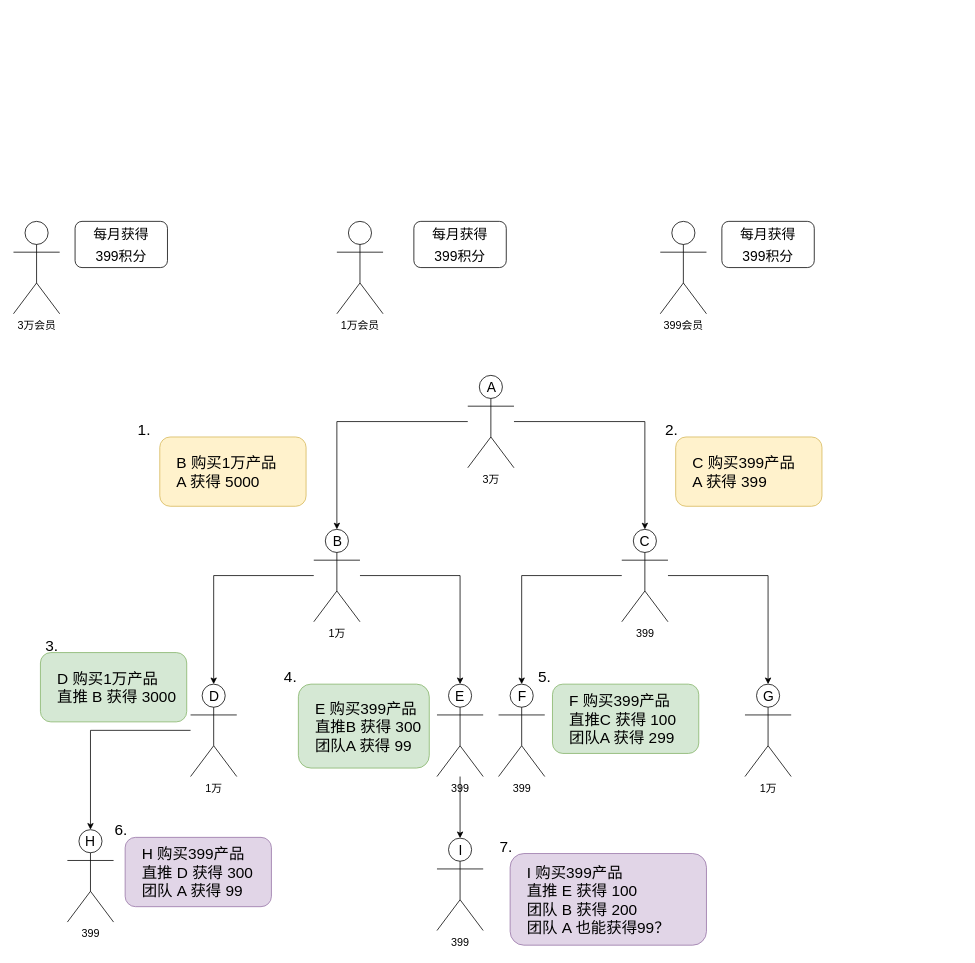
This is 大枣哥.drawio from Cathzql/drawio, a draw.io file, before an edit. Source tidied: cells renumbered, new cells numbered last; positions are measured from the earlier drawing's top-left corner, leaving out a move shared by most shapes. Both pictures are drawn from the tidied source at 77%, with x=0, y=0 at pixel (13, 221).
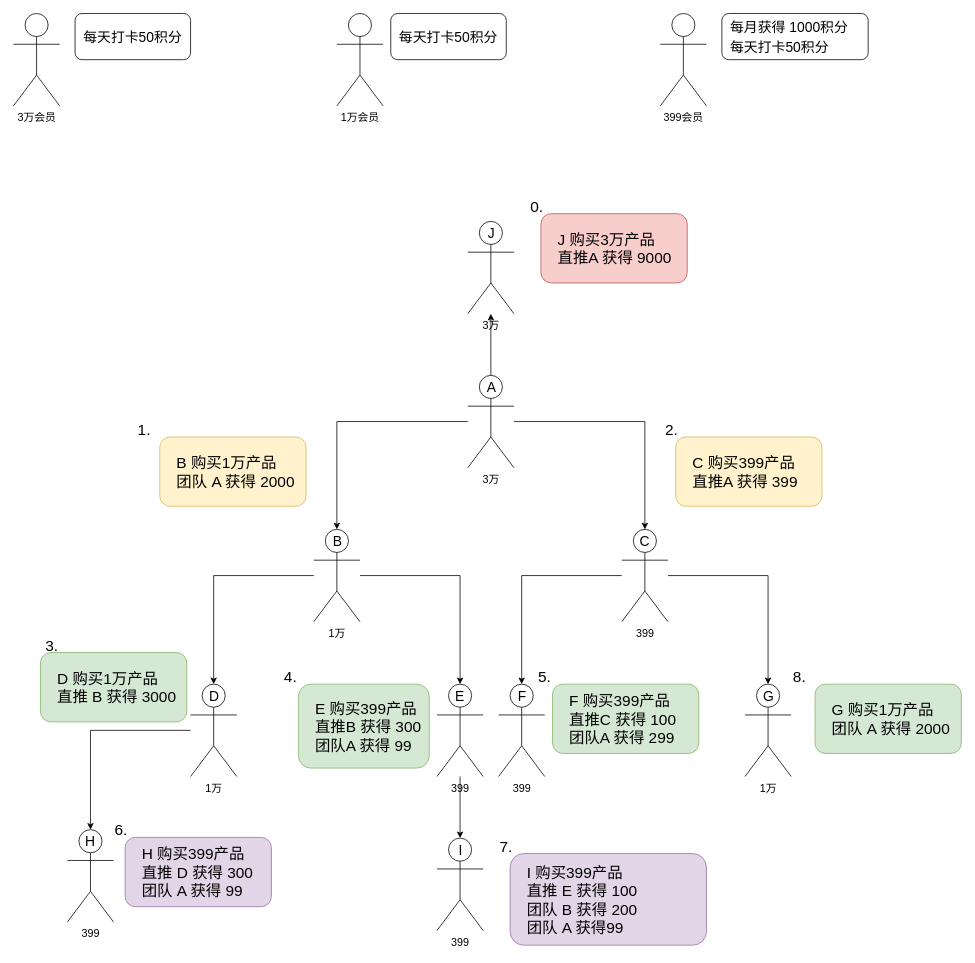
The same page after the edit.

Commit message:
更新大枣哥.drawio

Unchanged cells that the change refers to:
```xml
<mxCell id="10" value="&lt;font face=&quot;calibri, sans-serif&quot;&gt;&lt;span style=&quot;font-size: 14px&quot;&gt;3万&lt;/span&gt;&lt;/font&gt;" style="shape=umlActor;verticalLabelPosition=bottom;verticalAlign=top;html=1;outlineConnect=0;" parent="1" vertex="1">
  <mxGeometry x="590" y="200" width="60" height="120" as="geometry" />
</mxCell>
```

What changed in the source:
```diff
@@
     <mxCell id="2" value="&lt;span lang=&quot;EN-US&quot; style=&quot;font-size: 10.5pt ; font-family: &amp;#34;calibri&amp;#34; , &amp;#34;sans-serif&amp;#34;&quot;&gt;3&lt;/span&gt;&lt;span style=&quot;font-size: 10.5pt&quot;&gt;万会员&lt;/span&gt;" style="shape=umlActor;verticalLabelPosition=bottom;verticalAlign=top;html=1;" parent="1" vertex="1">
-      <mxGeometry width="60" height="120" as="geometry" />
+      <mxGeometry y="-270" width="60" height="120" as="geometry" />
     </mxCell>
     <mxCell id="3" value="&lt;span lang=&quot;EN-US&quot; style=&quot;font-size: 10.5pt ; font-family: &amp;#34;calibri&amp;#34; , &amp;#34;sans-serif&amp;#34;&quot;&gt;1&lt;/span&gt;&lt;span style=&quot;font-size: 10.5pt&quot;&gt;万会员&lt;/span&gt;" style="shape=umlActor;verticalLabelPosition=bottom;verticalAlign=top;html=1;" parent="1" vertex="1">
-      <mxGeometry x="420" width="60" height="120" as="geometry" />
+      <mxGeometry x="420" y="-270" width="60" height="120" as="geometry" />
     </mxCell>
     <mxCell id="4" value="&lt;span lang=&quot;EN-US&quot; style=&quot;font-size: 10.5pt ; font-family: &amp;#34;calibri&amp;#34; , &amp;#34;sans-serif&amp;#34;&quot;&gt;399&lt;/span&gt;&lt;span style=&quot;font-size: 10.5pt&quot;&gt;会员&lt;/span&gt;" style="shape=umlActor;verticalLabelPosition=bottom;verticalAlign=top;html=1;" parent="1" vertex="1">
-      <mxGeometry x="840" width="60" height="120" as="geometry" />
+      <mxGeometry x="840" y="-270" width="60" height="120" as="geometry" />
     </mxCell>
-    <mxCell id="5" value="&lt;p class=&quot;MsoNormal&quot; style=&quot;margin-left: 0cm ; text-indent: 0cm ; font-size: 18px ; line-height: 0%&quot;&gt;&lt;font style=&quot;font-size: 18px&quot;&gt;每月获得&lt;/font&gt;&lt;/p&gt;&lt;p class=&quot;MsoNormal&quot; style=&quot;margin-left: 0cm ; text-indent: 0cm ; font-size: 18px&quot;&gt;&lt;font style=&quot;font-size: 18px&quot;&gt;&lt;span lang=&quot;EN-US&quot;&gt;399&lt;/span&gt;积分&lt;/font&gt;&lt;span lang=&quot;EN-US&quot; style=&quot;font-size: 18px&quot;&gt;&lt;/span&gt;&lt;/p&gt;" style="rounded=1;whiteSpace=wrap;html=1;spacingTop=13;" parent="1" vertex="1">
-      <mxGeometry x="920" width="120" height="60" as="geometry" />
-    </mxCell>
-    <mxCell id="6" value="&lt;p class=&quot;MsoNormal&quot; style=&quot;margin-left: 0cm ; text-indent: 0cm ; font-size: 18px ; line-height: 0%&quot;&gt;&lt;font style=&quot;font-size: 18px&quot;&gt;每月获得&lt;/font&gt;&lt;/p&gt;&lt;p class=&quot;MsoNormal&quot; style=&quot;margin-left: 0cm ; text-indent: 0cm ; font-size: 18px&quot;&gt;&lt;font style=&quot;font-size: 18px&quot;&gt;&lt;span lang=&quot;EN-US&quot;&gt;399&lt;/span&gt;积分&lt;/font&gt;&lt;span lang=&quot;EN-US&quot; style=&quot;font-size: 18px&quot;&gt;&lt;/span&gt;&lt;/p&gt;" style="rounded=1;whiteSpace=wrap;html=1;spacingTop=13;" parent="1" vertex="1">
-      <mxGeometry x="520" width="120" height="60" as="geometry" />
-    </mxCell>
-    <mxCell id="7" value="&lt;p class=&quot;MsoNormal&quot; style=&quot;margin-left: 0cm ; text-indent: 0cm ; font-size: 18px ; line-height: 0%&quot;&gt;&lt;font style=&quot;font-size: 18px&quot;&gt;每月获得&lt;/font&gt;&lt;/p&gt;&lt;p class=&quot;MsoNormal&quot; style=&quot;margin-left: 0cm ; text-indent: 0cm ; font-size: 18px&quot;&gt;&lt;font style=&quot;font-size: 18px&quot;&gt;&lt;span lang=&quot;EN-US&quot;&gt;399&lt;/span&gt;积分&lt;/font&gt;&lt;span lang=&quot;EN-US&quot; style=&quot;font-size: 18px&quot;&gt;&lt;/span&gt;&lt;/p&gt;" style="rounded=1;whiteSpace=wrap;html=1;spacingTop=13;" parent="1" vertex="1">
-      <mxGeometry x="80" width="120" height="60" as="geometry" />
-    </mxCell>
@@
+    <mxCell id="48" style="edgeStyle=orthogonalEdgeStyle;rounded=0;jettySize=auto;html=1;fontSize=20;fontColor=#000000;" parent="1" edge="1" source="10" target="54">
+      <mxGeometry relative="1" as="geometry" />
+    </mxCell>
@@
-    <mxCell id="32" value="B 购买1万产品&lt;br&gt;A 获得 5000" style="rounded=1;whiteSpace=wrap;html=1;labelBackgroundColor=none;fillColor=#fff2cc;align=left;fontSize=20;spacingLeft=20;strokeColor=#d6b656;" parent="1" vertex="1">
+    <mxCell id="32" value="B 购买1万产品&lt;br&gt;团队 A 获得 2000" style="rounded=1;whiteSpace=wrap;html=1;labelBackgroundColor=none;fillColor=#fff2cc;align=left;fontSize=20;spacingLeft=20;strokeColor=#d6b656;" parent="1" vertex="1">
       <mxGeometry x="190" y="280" width="190" height="90" as="geometry" />
     </mxCell>
@@
-    <mxCell id="34" value="C 购买399产品&lt;br&gt;A 获得 399" style="rounded=1;whiteSpace=wrap;html=1;labelBackgroundColor=none;fillColor=#fff2cc;align=left;fontSize=20;spacingLeft=20;strokeColor=#d6b656;" parent="1" vertex="1">
+    <mxCell id="34" value="C 购买399产品&lt;br&gt;直推A 获得 399" style="rounded=1;whiteSpace=wrap;html=1;labelBackgroundColor=none;fillColor=#fff2cc;align=left;fontSize=20;spacingLeft=20;strokeColor=#d6b656;" parent="1" vertex="1">
       <mxGeometry x="860" y="280" width="190" height="90" as="geometry" />
     </mxCell>
@@
-    <mxCell id="46" value="I 购买399产品&lt;br&gt;直推 E 获得 100&lt;br&gt;团队 B 获得 200&lt;br&gt;团队 A 也能获得99？" style="rounded=1;whiteSpace=wrap;html=1;labelBackgroundColor=none;fillColor=#e1d5e7;align=left;fontSize=20;spacingLeft=20;strokeColor=#9673a6;" parent="1" vertex="1">
+    <mxCell id="46" value="I 购买399产品&lt;br&gt;直推 E 获得 100&lt;br&gt;团队 B 获得 200&lt;br&gt;团队 A 获得99" style="rounded=1;whiteSpace=wrap;html=1;labelBackgroundColor=none;fillColor=#e1d5e7;align=left;fontSize=20;spacingLeft=20;strokeColor=#9673a6;" parent="1" vertex="1">
       <mxGeometry x="645" y="821" width="255" height="119" as="geometry" />
     </mxCell>
@@
+    <mxCell id="49" value="&lt;span style=&quot;font-size: 18px&quot;&gt;每天打卡50积分&lt;/span&gt;" style="rounded=1;whiteSpace=wrap;html=1;labelBackgroundColor=none;fillColor=#FFFFFF;fontSize=20;fontColor=#000000;align=left;spacingTop=0;spacingLeft=9;" parent="1" vertex="1">
+      <mxGeometry x="490" y="-270" width="150" height="60" as="geometry" />
+    </mxCell>
+    <mxCell id="50" value="&lt;font style=&quot;font-size: 18px&quot;&gt;每月获得&amp;nbsp;&lt;/font&gt;&lt;span style=&quot;font-size: 18px ; text-indent: 0cm&quot;&gt;1000积分&lt;/span&gt;&lt;span style=&quot;font-size: 18px&quot;&gt;&lt;br&gt;每天打卡50积分&lt;/span&gt;" style="rounded=1;whiteSpace=wrap;html=1;labelBackgroundColor=none;fillColor=#FFFFFF;fontSize=20;fontColor=#000000;align=left;spacingTop=0;spacingLeft=9;" parent="1" vertex="1">
+      <mxGeometry x="920" y="-270" width="190" height="60" as="geometry" />
+    </mxCell>
+    <mxCell id="51" value="&lt;span style=&quot;font-size: 18px&quot;&gt;每天打卡50积分&lt;/span&gt;" style="rounded=1;whiteSpace=wrap;html=1;labelBackgroundColor=none;fillColor=#FFFFFF;fontSize=20;fontColor=#000000;align=left;spacingTop=0;spacingLeft=9;" parent="1" vertex="1">
+      <mxGeometry x="80" y="-270" width="150" height="60" as="geometry" />
+    </mxCell>
+    <mxCell id="52" value="G 购买1万产品&lt;br&gt;团队 A 获得 2000" style="rounded=1;whiteSpace=wrap;html=1;labelBackgroundColor=none;fillColor=#d5e8d4;align=left;fontSize=20;spacingLeft=20;strokeColor=#82b366;" parent="1" vertex="1">
+      <mxGeometry x="1041" y="601" width="190" height="90" as="geometry" />
+    </mxCell>
+    <mxCell id="53" value="8." style="text;html=1;strokeColor=none;fillColor=none;align=center;verticalAlign=middle;whiteSpace=wrap;rounded=0;labelBackgroundColor=none;fontSize=20;fontColor=#000000;" parent="1" vertex="1">
+      <mxGeometry x="1001" y="581" width="40" height="20" as="geometry" />
+    </mxCell>
+    <mxCell id="54" value="&lt;font face=&quot;calibri, sans-serif&quot;&gt;&lt;span style=&quot;font-size: 14px&quot;&gt;3万&lt;/span&gt;&lt;/font&gt;" style="shape=umlActor;verticalLabelPosition=bottom;verticalAlign=top;html=1;outlineConnect=0;" parent="1" vertex="1">
+      <mxGeometry x="590" width="60" height="120" as="geometry" />
+    </mxCell>
+    <mxCell id="55" value="J 购买3万产品&lt;br&gt;直推A 获得 9000" style="rounded=1;whiteSpace=wrap;html=1;labelBackgroundColor=none;fillColor=#f8cecc;align=left;fontSize=20;spacingLeft=20;strokeColor=#b85450;" parent="1" vertex="1">
+      <mxGeometry x="685" y="-10" width="190" height="90" as="geometry" />
+    </mxCell>
+    <mxCell id="56" value="0." style="text;html=1;strokeColor=none;fillColor=none;align=center;verticalAlign=middle;whiteSpace=wrap;rounded=0;labelBackgroundColor=none;fontSize=20;fontColor=#000000;" parent="1" vertex="1">
+      <mxGeometry x="660" y="-30" width="40" height="20" as="geometry" />
+    </mxCell>
+    <mxCell id="57" value="&lt;span style=&quot;font-size: 18px&quot;&gt;J&lt;/span&gt;" style="text;html=1;strokeColor=none;fillColor=none;align=center;verticalAlign=middle;whiteSpace=wrap;rounded=0;labelBackgroundColor=none;fontColor=#000000;" parent="1" vertex="1">
+      <mxGeometry x="601" y="6" width="40" height="20" as="geometry" />
+    </mxCell>
```
